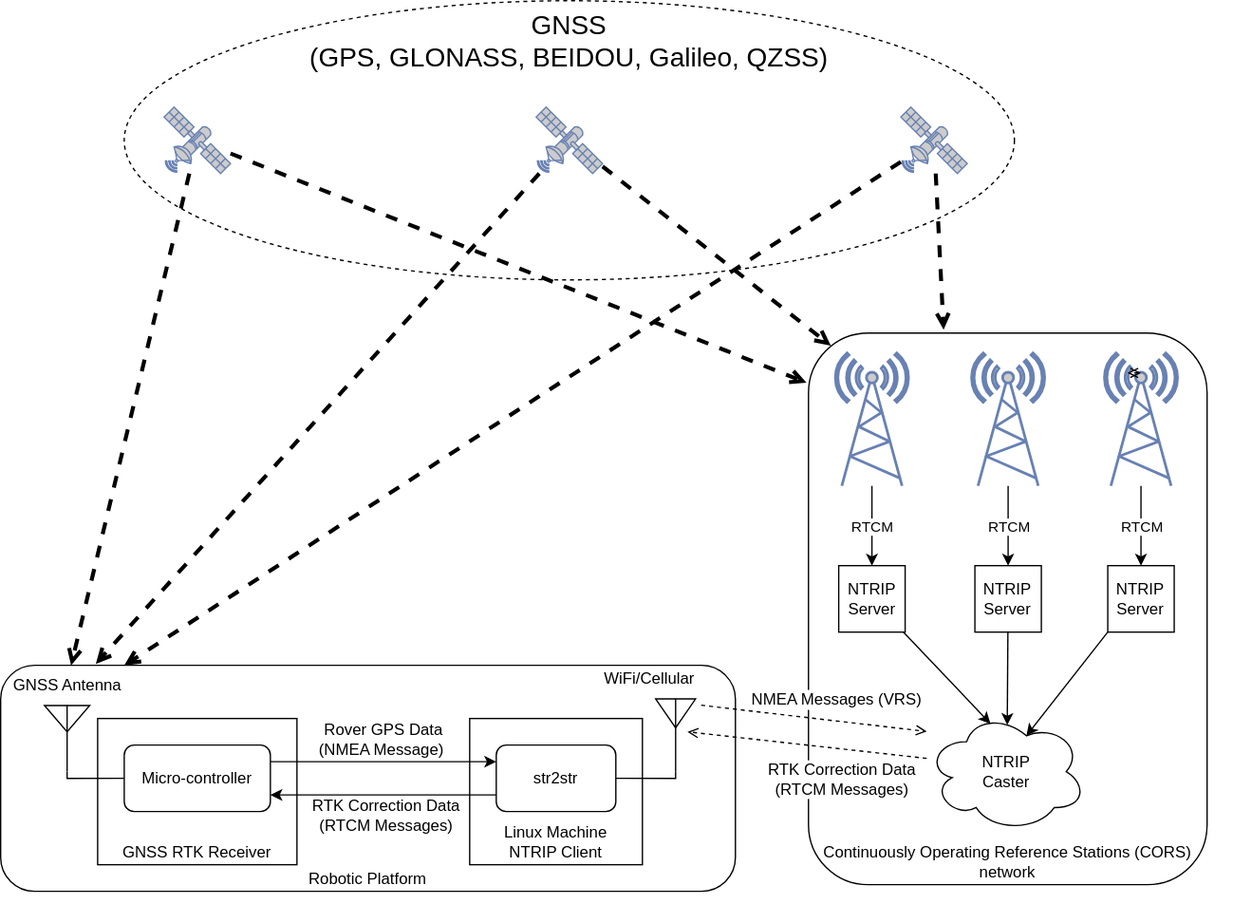
Above: systems/localization-sysytem/gnss-rtk/gnss-rtk-diagram.drawio.svg in digitalhabitat/gardenbot (draw.io), before the change. Source tidied: cells renumbered, new cells last; positions are measured from the earlier drawing's top-left corner, leaving out a move shared by most shapes.
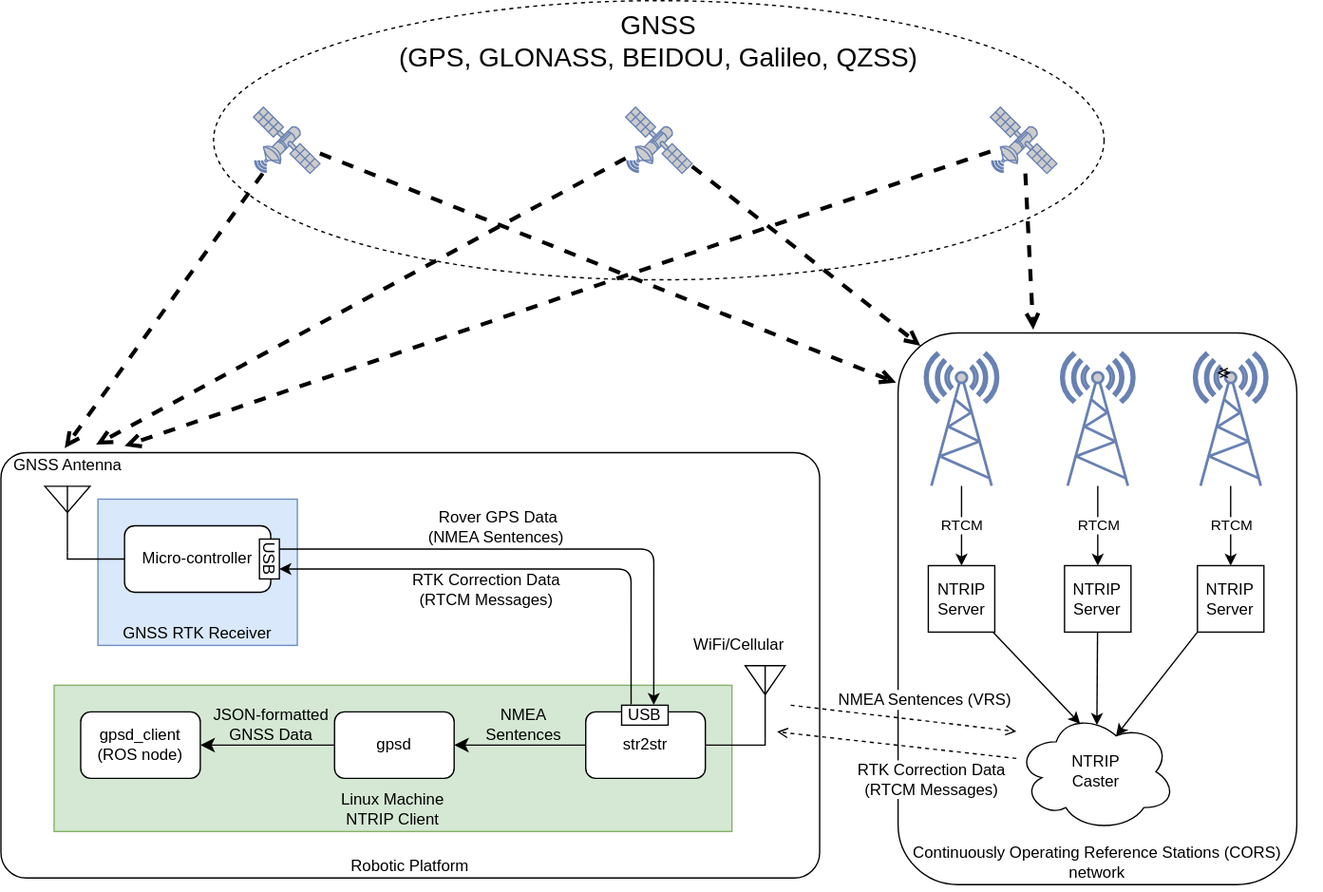
After the commit.

What changed in the source:
```diff
@@ -2,9 +2,34 @@
   <root>
     <mxCell id="0" />
     <mxCell id="1" parent="0" />
-    <mxCell id="2" value="Robotic Platform" style="rounded=1;whiteSpace=wrap;html=1;sketch=0;hachureGap=4;jiggle=2;curveFitting=1;fontFamily=Helvetica;fontSize=12;verticalAlign=bottom;" parent="1" vertex="1">
-      <mxGeometry y="500" width="553" height="170" as="geometry" />
+    <mxCell id="2" value="Robotic Platform" style="rounded=1;whiteSpace=wrap;html=1;sketch=0;hachureGap=4;jiggle=2;curveFitting=1;fontFamily=Helvetica;fontSize=12;verticalAlign=bottom;arcSize=6;" parent="1" vertex="1">
+      <mxGeometry x="-67" y="340" width="616" height="320" as="geometry" />
     </mxCell>
+    <mxCell id="53" style="group;" parent="1" vertex="1">
+      <mxGeometry x="-67" y="335" width="223" height="150" as="geometry" />
+    </mxCell>
+    <mxCell id="36" value="GNSS RTK Receiver" style="rounded=0;whiteSpace=wrap;html=1;verticalAlign=bottom;fillColor=#dae8fc;strokeColor=#6c8ebf;" parent="53" vertex="1">
+      <mxGeometry x="73" y="40" width="150" height="110" as="geometry" />
+    </mxCell>
+    <mxCell id="37" style="verticalLabelPosition=bottom;shadow=0;dashed=0;align=center;html=1;verticalAlign=top;shape=mxgraph.electrical.radio.aerial_-_antenna_2;" parent="53" vertex="1">
+      <mxGeometry x="33" y="30" width="34" height="50" as="geometry" />
+    </mxCell>
+    <mxCell id="40" style="edgeStyle=orthogonalEdgeStyle;rounded=0;jettySize=auto;html=1;exitX=0;exitY=0.5;exitDx=0;exitDy=0;entryX=0.5;entryY=1;entryDx=0;entryDy=0;entryPerimeter=0;endArrow=none;endFill=0;" parent="53" edge="1" source="41" target="37">
+      <mxGeometry relative="1" as="geometry">
+        <Array as="points">
+          <mxPoint x="50" y="85" />
+        </Array>
+      </mxGeometry>
+    </mxCell>
+    <mxCell id="41" value="Micro-controller" style="rounded=1;whiteSpace=wrap;html=1;" parent="53" vertex="1">
+      <mxGeometry x="93" y="60" width="110" height="50" as="geometry" />
+    </mxCell>
+    <mxCell id="49" value="GNSS Antenna" style="text;html=1;align=center;verticalAlign=middle;points=[];strokeColor=none;fillColor=none;fontSize=12;fontFamily=Helvetica;sketch=1;hachureGap=4;jiggle=2;curveFitting=1;fontSource=https%3A%2F%2Ffonts.googleapis.com%2Fcss%3Ffamily%3DArchitects%2BDaughter;" parent="53" vertex="1">
+      <mxGeometry width="100" height="30" as="geometry" />
+    </mxCell>
+    <mxCell id="54" value="USB" style="rounded=0;whiteSpace=wrap;html=1;rotation=90;" parent="53" vertex="1">
+      <mxGeometry x="187" y="77.5" width="30" height="15" as="geometry" />
+    </mxCell>
     <mxCell id="3" style="group;" parent="1" vertex="1">
       <mxGeometry x="478" y="250" width="449" height="420" as="geometry" />
     </mxCell>
@@ -74,7 +99,7 @@
         <mxPoint x="219" y="299.8" as="targetPoint" />
       </mxGeometry>
     </mxCell>
-    <mxCell id="23" value="NMEA Messages (VRS)" style="edgeLabel;html=1;align=center;verticalAlign=middle;fontSize=12;fontFamily=Helvetica;rotation=0;" parent="22" vertex="1">
+    <mxCell id="23" value="NMEA Sentences (VRS)" style="edgeLabel;html=1;align=center;verticalAlign=middle;fontSize=12;fontFamily=Helvetica;rotation=0;" parent="22" vertex="1">
       <mxGeometry x="-0.14" y="-2" relative="1" as="geometry">
         <mxPoint x="28" y="-15" as="offset" />
       </mxGeometry>
@@ -105,52 +130,34 @@
     <mxCell id="30" style="fontColor=#0066CC;verticalAlign=top;verticalLabelPosition=bottom;labelPosition=center;align=center;html=1;outlineConnect=0;fillColor=#CCCCCC;strokeColor=#6881B3;gradientColor=none;gradientDirection=north;strokeWidth=2;shape=mxgraph.networks.satellite;" parent="26" vertex="1">
       <mxGeometry x="584.5" y="80" width="50" height="50" as="geometry" />
     </mxCell>
-    <mxCell id="31" style="edgeStyle=none;rounded=0;jettySize=auto;html=1;endArrow=open;endFill=0;dashed=1;strokeWidth=3;" parent="1" edge="1" source="28">
-      <mxGeometry relative="1" as="geometry">
-        <mxPoint x="53" y="500" as="targetPoint" />
-      </mxGeometry>
+    <mxCell id="31" style="edgeStyle=none;rounded=0;jettySize=auto;html=1;endArrow=open;endFill=0;dashed=1;strokeWidth=3;entryX=0.48;entryY=0.053;entryDx=0;entryDy=0;entryPerimeter=0;" parent="1" edge="1" source="28" target="49">
+      <mxGeometry relative="1" as="geometry" />
     </mxCell>
     <mxCell id="32" style="edgeStyle=none;rounded=0;sketch=0;hachureGap=4;jiggle=2;curveFitting=1;jettySize=auto;html=1;dashed=1;strokeWidth=3;fontFamily=Architects Daughter;fontSource=https%3A%2F%2Ffonts.googleapis.com%2Fcss%3Ffamily%3DArchitects%2BDaughter;fontSize=16;endArrow=open;endFill=0;entryX=-0.005;entryY=0.09;entryDx=0;entryDy=0;entryPerimeter=0;" parent="1" edge="1" source="28" target="4">
       <mxGeometry relative="1" as="geometry" />
     </mxCell>
-    <mxCell id="33" value="Linux Machine&lt;br&gt;NTRIP Client" style="rounded=0;whiteSpace=wrap;html=1;verticalAlign=bottom;" parent="1" vertex="1">
-      <mxGeometry x="353" y="540" width="130" height="110" as="geometry" />
+    <mxCell id="33" value="Linux Machine&lt;br&gt;NTRIP Client" style="rounded=0;whiteSpace=wrap;html=1;verticalAlign=bottom;fillColor=#d5e8d4;strokeColor=#82b366;" parent="1" vertex="1">
+      <mxGeometry x="-27" y="515" width="510" height="110" as="geometry" />
     </mxCell>
     <mxCell id="34" style="edgeStyle=orthogonalEdgeStyle;rounded=0;jettySize=auto;html=1;exitX=1;exitY=0.5;exitDx=0;exitDy=0;entryX=0.5;entryY=1;entryDx=0;entryDy=0;entryPerimeter=0;endArrow=none;endFill=0;" parent="1" edge="1" source="35" target="44">
       <mxGeometry relative="1" as="geometry">
         <Array as="points">
-          <mxPoint x="508" y="585" />
+          <mxPoint x="508" y="560" />
         </Array>
       </mxGeometry>
     </mxCell>
+    <mxCell id="55" style="edgeStyle=none;curved=1;rounded=0;jettySize=auto;html=1;fontSize=12;startSize=8;endSize=8;" parent="1" edge="1" source="35" target="59">
+      <mxGeometry relative="1" as="geometry" />
+    </mxCell>
+    <mxCell id="56" value="NMEA&lt;div&gt;Sentences&lt;/div&gt;" style="edgeLabel;html=1;align=center;verticalAlign=middle;fontSize=12;labelBackgroundColor=none;" parent="55" vertex="1">
+      <mxGeometry x="-0.24" y="1" relative="1" as="geometry">
+        <mxPoint x="-10" y="-16" as="offset" />
+      </mxGeometry>
+    </mxCell>
     <mxCell id="35" value="str2str" style="rounded=1;whiteSpace=wrap;html=1;" parent="1" vertex="1">
-      <mxGeometry x="373" y="560" width="90" height="50" as="geometry" />
+      <mxGeometry x="373" y="535" width="90" height="50" as="geometry" />
     </mxCell>
-    <mxCell id="36" value="GNSS RTK Receiver" style="rounded=0;whiteSpace=wrap;html=1;verticalAlign=bottom;" parent="1" vertex="1">
-      <mxGeometry x="73" y="540" width="150" height="110" as="geometry" />
-    </mxCell>
-    <mxCell id="37" style="verticalLabelPosition=bottom;shadow=0;dashed=0;align=center;html=1;verticalAlign=top;shape=mxgraph.electrical.radio.aerial_-_antenna_2;" parent="1" vertex="1">
-      <mxGeometry x="33" y="530" width="34" height="50" as="geometry" />
-    </mxCell>
-    <mxCell id="38" style="edgeStyle=none;html=1;entryX=0;entryY=0.25;entryDx=0;entryDy=0;exitX=1;exitY=0.25;exitDx=0;exitDy=0;" parent="1" edge="1" source="41" target="35">
-      <mxGeometry relative="1" as="geometry" />
-    </mxCell>
-    <mxCell id="39" value="Rover GPS Data&lt;br&gt;(NMEA Message)&amp;nbsp;" style="edgeLabel;html=1;align=center;verticalAlign=middle;fontSize=12;" parent="38" vertex="1">
-      <mxGeometry x="-0.3" y="1" relative="1" as="geometry">
-        <mxPoint x="25" y="-16" as="offset" />
-      </mxGeometry>
-    </mxCell>
-    <mxCell id="40" style="edgeStyle=orthogonalEdgeStyle;rounded=0;jettySize=auto;html=1;exitX=0;exitY=0.5;exitDx=0;exitDy=0;entryX=0.5;entryY=1;entryDx=0;entryDy=0;entryPerimeter=0;endArrow=none;endFill=0;" parent="1" edge="1" source="41" target="37">
-      <mxGeometry relative="1" as="geometry">
-        <Array as="points">
-          <mxPoint x="50" y="585" />
-        </Array>
-      </mxGeometry>
-    </mxCell>
-    <mxCell id="41" value="Micro-controller" style="rounded=1;whiteSpace=wrap;html=1;" parent="1" vertex="1">
-      <mxGeometry x="93" y="560" width="110" height="50" as="geometry" />
-    </mxCell>
-    <mxCell id="42" style="edgeStyle=none;html=1;exitX=0;exitY=0.75;exitDx=0;exitDy=0;entryX=1;entryY=0.75;entryDx=0;entryDy=0;" parent="1" edge="1" source="35" target="41">
+    <mxCell id="42" style="edgeStyle=orthogonalEdgeStyle;html=1;exitX=0.204;exitY=-0.048;exitDx=0;exitDy=0;entryX=0.75;entryY=0;entryDx=0;entryDy=0;exitPerimeter=0;" parent="1" edge="1" source="64" target="54">
       <mxGeometry relative="1" as="geometry" />
     </mxCell>
     <mxCell id="43" value="RTK Correction Data&lt;br&gt;(RTCM Messages)" style="edgeLabel;html=1;align=center;verticalAlign=middle;fontSize=12;" parent="42" vertex="1">
@@ -159,7 +166,7 @@
       </mxGeometry>
     </mxCell>
     <mxCell id="44" style="verticalLabelPosition=bottom;shadow=0;dashed=0;align=center;html=1;verticalAlign=top;shape=mxgraph.electrical.radio.aerial_-_antenna_2;" parent="1" vertex="1">
-      <mxGeometry x="493" y="525" width="30" height="55" as="geometry" />
+      <mxGeometry x="493" y="500" width="30" height="55" as="geometry" />
     </mxCell>
     <mxCell id="45" style="edgeStyle=none;rounded=0;jettySize=auto;html=1;endArrow=open;endFill=0;dashed=1;strokeWidth=3;entryX=0.716;entryY=-0.036;entryDx=0;entryDy=0;entryPerimeter=0;" parent="1" edge="1" source="29" target="49">
       <mxGeometry relative="1" as="geometry" />
@@ -173,11 +180,8 @@
     <mxCell id="48" style="edgeStyle=none;rounded=0;sketch=0;hachureGap=4;jiggle=2;curveFitting=1;jettySize=auto;html=1;dashed=1;strokeWidth=3;fontFamily=Architects Daughter;fontSource=https%3A%2F%2Ffonts.googleapis.com%2Fcss%3Ffamily%3DArchitects%2BDaughter;fontSize=16;endArrow=open;endFill=0;entryX=0.339;entryY=-0.006;entryDx=0;entryDy=0;entryPerimeter=0;" parent="1" edge="1" source="30" target="4">
       <mxGeometry relative="1" as="geometry" />
     </mxCell>
-    <mxCell id="49" value="GNSS Antenna" style="text;html=1;align=center;verticalAlign=middle;points=[];strokeColor=none;fillColor=none;fontSize=12;fontFamily=Helvetica;sketch=1;hachureGap=4;jiggle=2;curveFitting=1;fontSource=https%3A%2F%2Ffonts.googleapis.com%2Fcss%3Ffamily%3DArchitects%2BDaughter;" parent="1" vertex="1">
-      <mxGeometry y="500" width="100" height="30" as="geometry" />
-    </mxCell>
     <mxCell id="50" value="WiFi/Cellular" style="text;html=1;align=center;verticalAlign=middle;strokeColor=none;fillColor=none;fontSize=12;fontFamily=Helvetica;sketch=1;hachureGap=4;jiggle=2;curveFitting=1;fontSource=https%3A%2F%2Ffonts.googleapis.com%2Fcss%3Ffamily%3DArchitects%2BDaughter;" parent="1" vertex="1">
-      <mxGeometry x="443" y="495" width="90" height="30" as="geometry" />
+      <mxGeometry x="443" y="470" width="90" height="30" as="geometry" />
     </mxCell>
     <mxCell id="51" style="edgeStyle=none;rounded=0;sketch=0;hachureGap=4;jiggle=2;curveFitting=1;orthogonalLoop=1;jettySize=auto;html=1;entryX=0.5;entryY=1;entryDx=0;entryDy=0;dashed=1;strokeWidth=1;fontFamily=Helvetica;fontSize=12;startArrow=open;startFill=0;endArrow=open;endFill=0;" parent="1" edge="1" source="2" target="2">
       <mxGeometry relative="1" as="geometry" />
@@ -185,5 +189,33 @@
     <mxCell id="52" style="edgeStyle=none;rounded=0;sketch=0;hachureGap=4;jiggle=2;curveFitting=1;orthogonalLoop=1;jettySize=auto;html=1;exitX=0.5;exitY=1;exitDx=0;exitDy=0;dashed=1;strokeWidth=1;fontFamily=Helvetica;fontSize=12;startArrow=open;startFill=0;endArrow=open;endFill=0;" parent="1" edge="1" source="2" target="2">
       <mxGeometry relative="1" as="geometry" />
     </mxCell>
+    <mxCell id="57" style="edgeStyle=none;curved=1;rounded=0;jettySize=auto;html=1;fontSize=12;startSize=8;endSize=8;" parent="1" edge="1" source="59" target="60">
+      <mxGeometry relative="1" as="geometry" />
+    </mxCell>
+    <mxCell id="58" value="JSON-formatted&lt;br&gt;GNSS Data" style="edgeLabel;html=1;align=center;verticalAlign=middle;fontSize=12;labelBackgroundColor=none;" parent="57" vertex="1">
+      <mxGeometry x="0.29" y="-3" relative="1" as="geometry">
+        <mxPoint x="17" y="-12" as="offset" />
+      </mxGeometry>
+    </mxCell>
+    <mxCell id="59" value="gpsd" style="rounded=1;whiteSpace=wrap;html=1;" parent="1" vertex="1">
+      <mxGeometry x="184" y="535" width="90" height="50" as="geometry" />
+    </mxCell>
+    <mxCell id="60" value="gpsd_client&lt;div&gt;(ROS node)&lt;/div&gt;" style="rounded=1;whiteSpace=wrap;html=1;" parent="1" vertex="1">
+      <mxGeometry x="-7" y="535" width="90" height="50" as="geometry" />
+    </mxCell>
+    <mxCell id="61" style="edgeStyle=none;curved=1;rounded=0;orthogonalLoop=1;jettySize=auto;html=1;entryX=0;entryY=0.5;entryDx=0;entryDy=0;fontSize=12;startSize=8;endSize=8;" parent="1" edge="1" source="33" target="33">
+      <mxGeometry relative="1" as="geometry" />
+    </mxCell>
+    <mxCell id="62" style="edgeStyle=orthogonalEdgeStyle;html=1;entryX=0.691;entryY=-0.013;entryDx=0;entryDy=0;exitX=0.25;exitY=0;exitDx=0;exitDy=0;entryPerimeter=0;" parent="1" edge="1" source="54" target="64">
+      <mxGeometry relative="1" as="geometry" />
+    </mxCell>
+    <mxCell id="63" value="Rover GPS Data&lt;br&gt;(NMEA Sentences)&amp;nbsp;" style="edgeLabel;html=1;align=center;verticalAlign=middle;fontSize=12;" parent="62" vertex="1">
+      <mxGeometry x="-0.3" y="1" relative="1" as="geometry">
+        <mxPoint x="25" y="-16" as="offset" />
+      </mxGeometry>
+    </mxCell>
+    <mxCell id="64" value="USB" style="rounded=0;whiteSpace=wrap;html=1;" parent="1" vertex="1">
+      <mxGeometry x="400" y="530" width="35" height="15" as="geometry" />
+    </mxCell>
   </root>
 </mxGraphModel>
```
